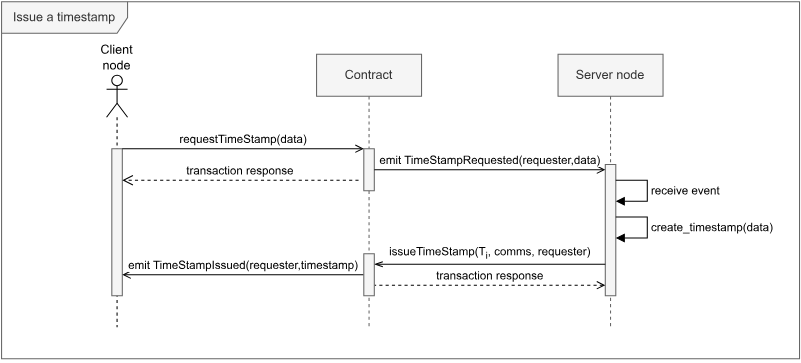
The draw.io diagram diagrams/create_ts_seq.svg in Bzykowa/master_thesis, before a commit. Source tidied: cells renumbered, new cells last; positions are measured from the earlier drawing's top-left corner, leaving out a move shared by most shapes.
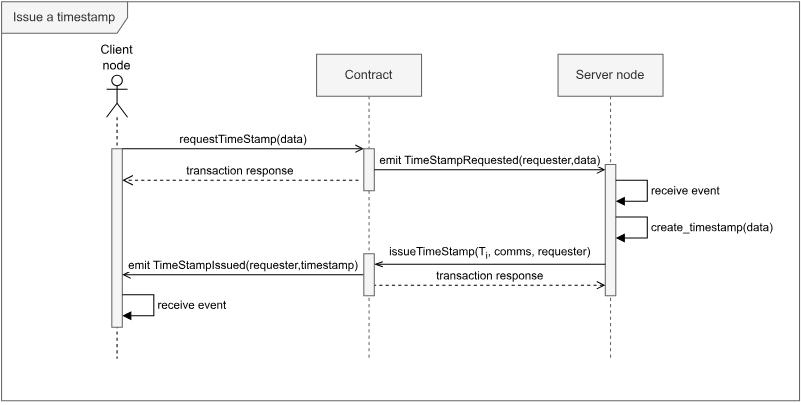
Above is the later version.

Commit message:
add timestamp verification sequence diagram

Change to the diagram source:
```diff
@@ -3,25 +3,25 @@
     <mxCell id="0" />
     <mxCell id="1" parent="0" />
     <mxCell id="2" value="Contract" style="shape=umlLifeline;perimeter=lifelinePerimeter;whiteSpace=wrap;html=1;newEdgeStyle={&quot;edgeStyle&quot;:&quot;elbowEdgeStyle&quot;,&quot;elbow&quot;:&quot;vertical&quot;,&quot;curved&quot;:0,&quot;rounded&quot;:0};fillStyle=auto;fillColor=#f5f5f5;strokeColor=#666666;fontColor=#333333;" parent="1" vertex="1">
-      <mxGeometry x="300" y="50" width="100" height="260" as="geometry" />
+      <mxGeometry x="300" y="50" width="100" height="290" as="geometry" />
     </mxCell>
     <mxCell id="3" style="html=1;perimeter=orthogonalPerimeter;targetShapes=umlLifeline;newEdgeStyle={&quot;edgeStyle&quot;:&quot;elbowEdgeStyle&quot;,&quot;elbow&quot;:&quot;vertical&quot;,&quot;curved&quot;:0,&quot;rounded&quot;:0};fillColor=#f5f5f5;fontColor=#333333;strokeColor=#666666;" parent="2" vertex="1">
       <mxGeometry x="45" y="90" width="10" height="40" as="geometry" />
     </mxCell>
     <mxCell id="4" value="Server node" style="shape=umlLifeline;perimeter=lifelinePerimeter;whiteSpace=wrap;html=1;newEdgeStyle={&quot;edgeStyle&quot;:&quot;elbowEdgeStyle&quot;,&quot;elbow&quot;:&quot;vertical&quot;,&quot;curved&quot;:0,&quot;rounded&quot;:0};fillColor=#f5f5f5;fontColor=#333333;strokeColor=#666666;" parent="1" vertex="1">
-      <mxGeometry x="530" y="50" width="100" height="260" as="geometry" />
+      <mxGeometry x="530" y="50" width="100" height="290" as="geometry" />
     </mxCell>
     <mxCell id="5" style="html=1;points=[];perimeter=orthogonalPerimeter;outlineConnect=0;targetShapes=umlLifeline;portConstraint=eastwest;newEdgeStyle={&quot;edgeStyle&quot;:&quot;elbowEdgeStyle&quot;,&quot;elbow&quot;:&quot;vertical&quot;,&quot;curved&quot;:0,&quot;rounded&quot;:0};fillColor=#f5f5f5;fontColor=#333333;strokeColor=#666666;" parent="4" vertex="1">
       <mxGeometry x="45" y="105" width="10" height="125" as="geometry" />
     </mxCell>
     <mxCell id="6" value="Issue a timestamp" style="shape=umlFrame;whiteSpace=wrap;html=1;width=120;height=30;fillColor=#f5f5f5;fontColor=#333333;strokeColor=#666666;" parent="1" vertex="1">
-      <mxGeometry width="760" height="340" as="geometry" />
+      <mxGeometry width="760" height="380" as="geometry" />
     </mxCell>
     <mxCell id="7" value="Client node" style="shape=umlLifeline;perimeter=lifelinePerimeter;whiteSpace=wrap;html=1;newEdgeStyle={&quot;edgeStyle&quot;:&quot;elbowEdgeStyle&quot;,&quot;elbow&quot;:&quot;vertical&quot;,&quot;curved&quot;:0,&quot;rounded&quot;:0};participant=umlActor;verticalAlign=bottom;labelPosition=center;verticalLabelPosition=top;align=center;" parent="1" vertex="1">
-      <mxGeometry x="100" y="70" width="20" height="240" as="geometry" />
+      <mxGeometry x="100" y="70" width="20" height="270" as="geometry" />
     </mxCell>
     <mxCell id="8" style="html=1;points=[];perimeter=orthogonalPerimeter;outlineConnect=0;targetShapes=umlLifeline;portConstraint=eastwest;newEdgeStyle={&quot;edgeStyle&quot;:&quot;elbowEdgeStyle&quot;,&quot;elbow&quot;:&quot;vertical&quot;,&quot;curved&quot;:0,&quot;rounded&quot;:0};fillColor=#f5f5f5;fontColor=#333333;strokeColor=#666666;" parent="7" vertex="1">
-      <mxGeometry x="5" y="70" width="10" height="140" as="geometry" />
+      <mxGeometry x="5" y="70" width="10" height="170" as="geometry" />
     </mxCell>
     <mxCell id="9" value="requestTimeStamp(data)" style="html=1;verticalAlign=bottom;endArrow=open;edgeStyle=elbowEdgeStyle;elbow=vertical;curved=0;rounded=0;endFill=0;" parent="1" edge="1">
       <mxGeometry relative="1" as="geometry">
@@ -81,5 +81,15 @@
     <mxCell id="17" style="html=1;points=[];perimeter=orthogonalPerimeter;outlineConnect=0;targetShapes=umlLifeline;portConstraint=eastwest;newEdgeStyle={&quot;edgeStyle&quot;:&quot;elbowEdgeStyle&quot;,&quot;elbow&quot;:&quot;vertical&quot;,&quot;curved&quot;:0,&quot;rounded&quot;:0};fillColor=#f5f5f5;fontColor=#333333;strokeColor=#666666;" parent="1" vertex="1">
       <mxGeometry x="345" y="240" width="10" height="40" as="geometry" />
     </mxCell>
+    <mxCell id="18" value="receive event" style="html=1;align=left;spacingLeft=2;endArrow=block;rounded=0;edgeStyle=orthogonalEdgeStyle;curved=0;rounded=0;" parent="1" edge="1">
+      <mxGeometry relative="1" as="geometry">
+        <mxPoint x="115" y="279" as="sourcePoint" />
+        <mxPoint x="115" y="299" as="targetPoint" />
+        <Array as="points">
+          <mxPoint x="145" y="279" />
+          <mxPoint x="145" y="299" />
+        </Array>
+      </mxGeometry>
+    </mxCell>
   </root>
 </mxGraphModel>
```
